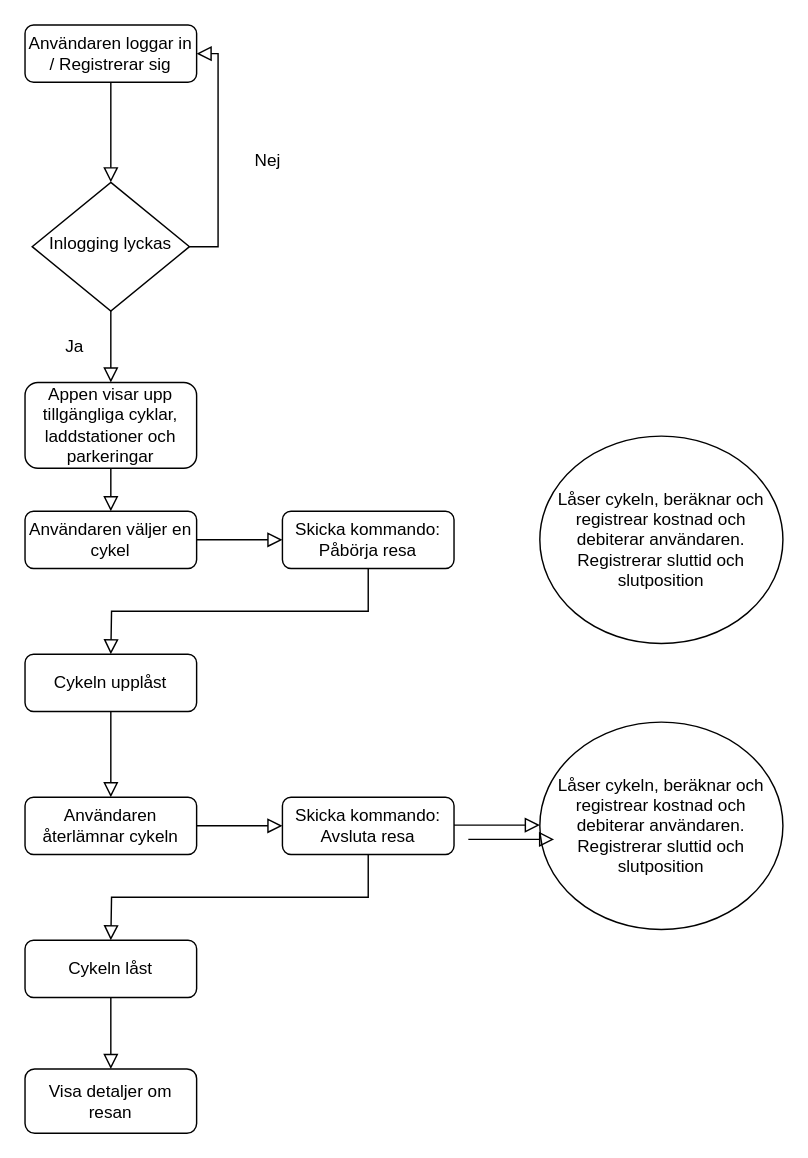
sonnerberg/vteam-sds keeps this draw.io diagram as sds_sammansatt/användarens_app.drawio.xml. Above is the earlier version. Source tidied: cells renumbered, new cells numbered last; positions are measured from the earlier drawing's top-left corner, leaving out a move shared by most shapes. Both pictures are drawn from the tidied source at 143%, with x=0, y=0 at pixel (24, 24).
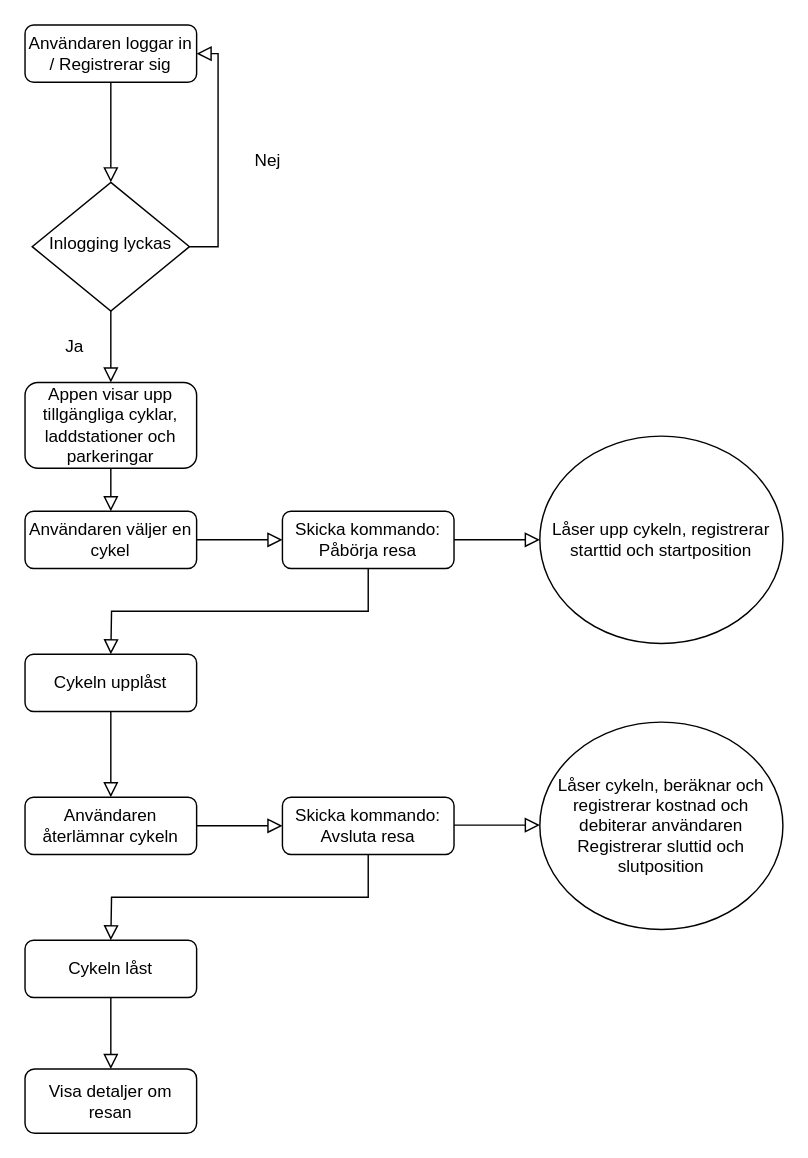
Above is the later version.

Commit message (it also covers changes not shown here):
Fixa användarens app text och diagram

Unchanged cells that the change refers to:
```xml
<mxCell id="18" value="Skicka kommando: Påbörja resa" style="rounded=1;whiteSpace=wrap;html=1;fontSize=12;glass=0;strokeWidth=1;shadow=0;" parent="1" vertex="1">
  <mxGeometry x="180" y="340" width="120" height="40" as="geometry" />
</mxCell>
```

What changed in the source:
```diff
@@
-    <mxCell id="24" value="Låser cykeln, beräknar och registrear kostnad och debiterar användaren. Registrerar sluttid och slutposition" style="ellipse;whiteSpace=wrap;html=1;" parent="1" vertex="1">
+    <mxCell id="24" value="Låser cykeln, beräknar och registrerar kostnad och debiterar användaren Registrerar sluttid och slutposition" style="ellipse;whiteSpace=wrap;html=1;" parent="1" vertex="1">
       <mxGeometry x="360" y="487.5" width="170" height="145" as="geometry" />
     </mxCell>
-    <mxCell id="25" value="Låser cykeln, beräknar och registrear kostnad och debiterar användaren. Registrerar sluttid och slutposition" style="ellipse;whiteSpace=wrap;html=1;" parent="1" vertex="1">
+    <mxCell id="25" value="Låser upp cykeln, registrerar starttid och startposition" style="ellipse;whiteSpace=wrap;html=1;" parent="1" vertex="1">
       <mxGeometry x="360" y="287.5" width="170" height="145" as="geometry" />
     </mxCell>
@@
-    <mxCell id="27" style="rounded=0;html=1;jettySize=auto;orthogonalLoop=1;fontSize=11;endArrow=block;endFill=0;endSize=8;strokeWidth=1;shadow=0;labelBackgroundColor=none;edgeStyle=orthogonalEdgeStyle;exitX=1;exitY=0.5;exitDx=0;exitDy=0;entryX=0;entryY=0.5;entryDx=0;entryDy=0;" parent="1" edge="1">
-      <mxGeometry relative="1" as="geometry">
-        <mxPoint x="310" y="569.5" as="sourcePoint" />
-        <mxPoint x="370" y="569.5" as="targetPoint" />
-      </mxGeometry>
+    <mxCell id="27" style="rounded=0;html=1;jettySize=auto;fontSize=11;endArrow=block;endFill=0;endSize=8;strokeWidth=1;shadow=0;labelBackgroundColor=none;edgeStyle=orthogonalEdgeStyle;exitX=1;exitY=0.5;exitDx=0;exitDy=0;entryX=0;entryY=0.5;entryDx=0;entryDy=0;" parent="1" edge="1" source="18" target="25">
+      <mxGeometry relative="1" as="geometry" />
     </mxCell>
```
